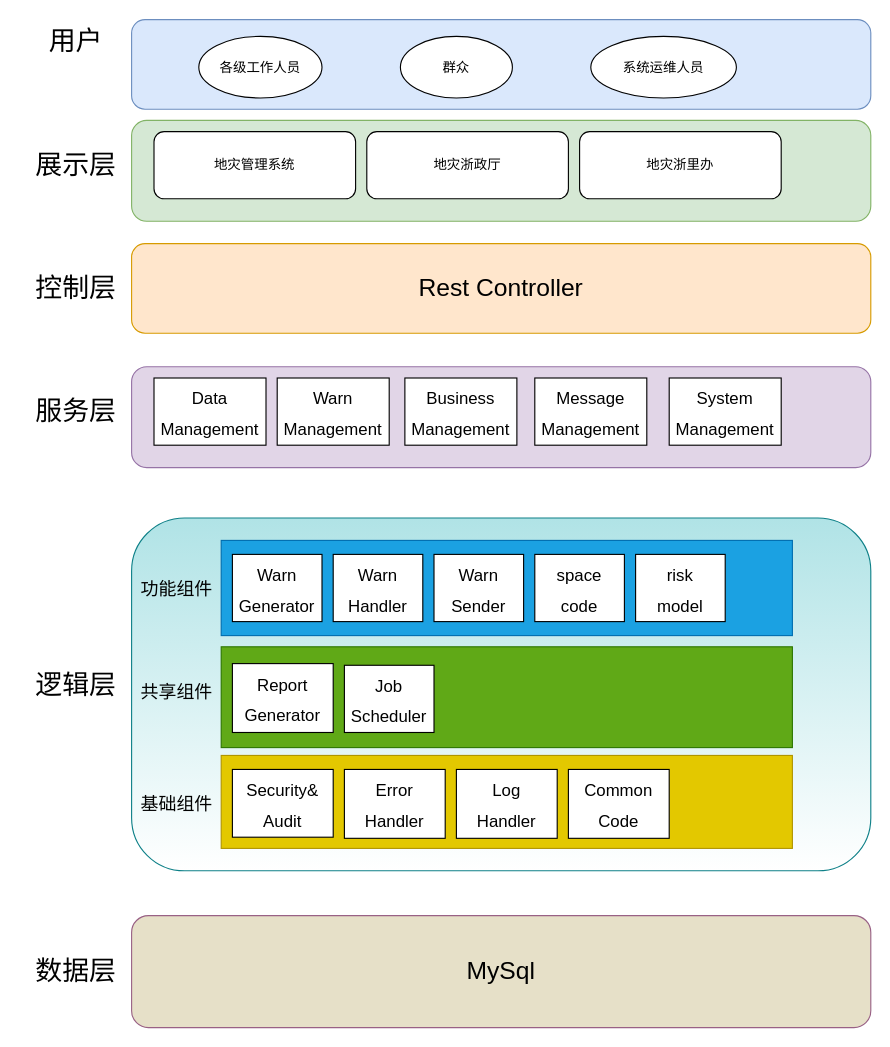
The draw.io diagram 柯城地灾架构.drawio in shoacom/docs, before the edit. Source tidied: cells renumbered, new cells numbered last; positions are measured from the earlier drawing's top-left corner, leaving out a move shared by most shapes. Both pictures are drawn from the tidied source at 112%, with x=0, y=0 at pixel (19, 19).
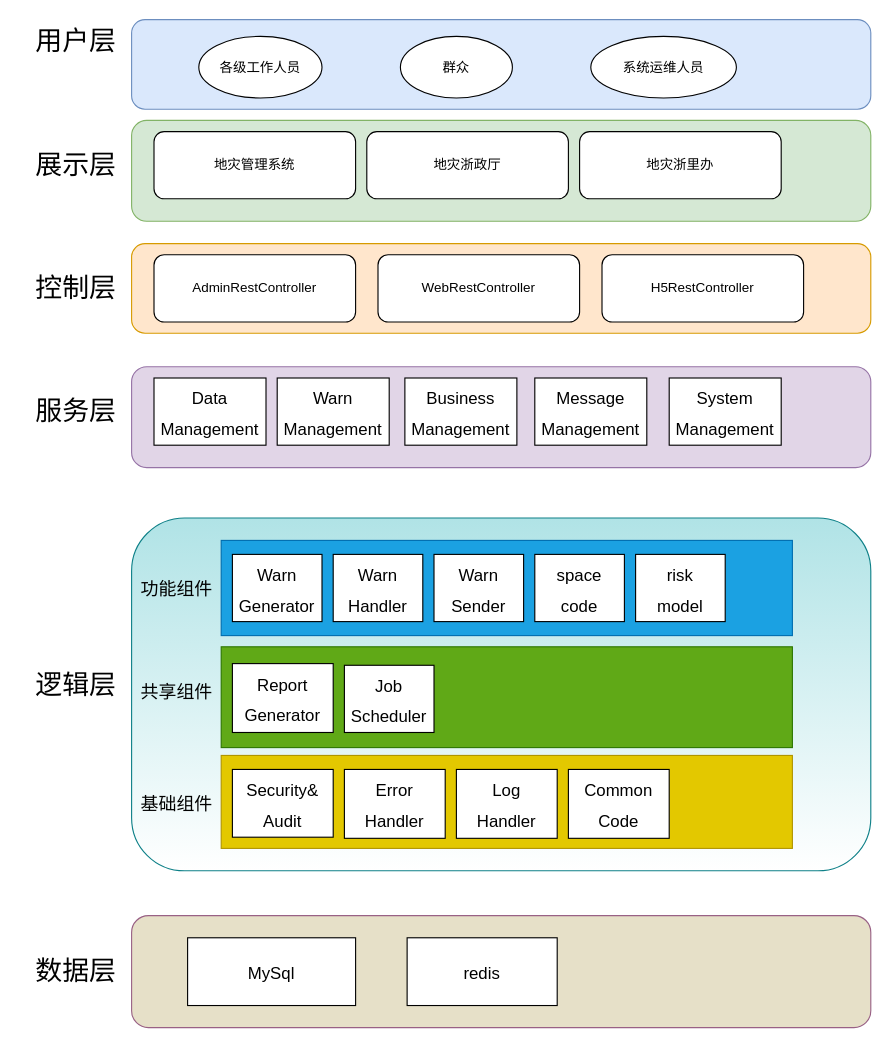
Above is the later version.

Commit message:
Update 柯城地灾架构.drawio

Change to the diagram source:
```diff
@@
-    <mxCell id="2" value="用户" style="text;strokeColor=none;fillColor=none;html=1;fontSize=24;fontStyle=0;verticalAlign=middle;align=center;fontColor=default;" parent="1" vertex="1">
+    <mxCell id="2" value="用户层" style="text;strokeColor=none;fillColor=none;html=1;fontSize=24;fontStyle=0;verticalAlign=middle;align=center;fontColor=default;" parent="1" vertex="1">
       <mxGeometry width="100" height="40" as="geometry" />
     </mxCell>
@@
-    <mxCell id="12" value="Rest Controller" style="rounded=1;whiteSpace=wrap;html=1;strokeColor=#d79b00;fillColor=#ffe6cc;fontColor=default;fontSize=22;" parent="1" vertex="1">
+    <mxCell id="12" style="rounded=1;whiteSpace=wrap;html=1;strokeColor=#d79b00;fillColor=#ffe6cc;fontColor=default;fontSize=22;" parent="1" vertex="1">
       <mxGeometry x="100" y="200" width="660" height="80" as="geometry" />
     </mxCell>
@@
-    <mxCell id="37" value="&lt;font style=&quot;font-size: 22px&quot;&gt;MySql&lt;/font&gt;" style="rounded=1;whiteSpace=wrap;html=1;strokeColor=#996185;fillColor=#E6E0C8;fontColor=default;" parent="1" vertex="1">
+    <mxCell id="37" style="rounded=1;whiteSpace=wrap;html=1;strokeColor=#996185;fillColor=#E6E0C8;fontColor=default;" parent="1" vertex="1">
       <mxGeometry x="100" y="800" width="660" height="100" as="geometry" />
     </mxCell>
@@
+    <mxCell id="42" value="&lt;span style=&quot;font-size: 15px&quot;&gt;MySql&lt;br&gt;&lt;/span&gt;" style="rounded=0;whiteSpace=wrap;html=1;fontSize=22;fontColor=default;strokeColor=default;fillColor=default;" parent="1" vertex="1">
+      <mxGeometry x="150" y="819.8" width="150" height="60.5" as="geometry" />
+    </mxCell>
+    <mxCell id="43" value="&lt;span style=&quot;font-size: 15px&quot;&gt;redis&lt;br&gt;&lt;/span&gt;" style="rounded=0;whiteSpace=wrap;html=1;fontSize=22;fontColor=default;strokeColor=default;fillColor=default;" parent="1" vertex="1">
+      <mxGeometry x="346" y="819.8" width="134" height="60.5" as="geometry" />
+    </mxCell>
+    <mxCell id="44" value="AdminRestController" style="rounded=1;whiteSpace=wrap;html=1;fontColor=default;strokeColor=default;fillColor=default;" parent="1" vertex="1">
+      <mxGeometry x="120" y="210" width="180" height="60" as="geometry" />
+    </mxCell>
+    <mxCell id="45" value="WebRestController" style="rounded=1;whiteSpace=wrap;html=1;fontColor=default;strokeColor=default;fillColor=default;" parent="1" vertex="1">
+      <mxGeometry x="320" y="210" width="180" height="60" as="geometry" />
+    </mxCell>
+    <mxCell id="46" value="H5RestController" style="rounded=1;whiteSpace=wrap;html=1;fontColor=default;strokeColor=default;fillColor=default;" parent="1" vertex="1">
+      <mxGeometry x="520" y="210" width="180" height="60" as="geometry" />
+    </mxCell>
```
